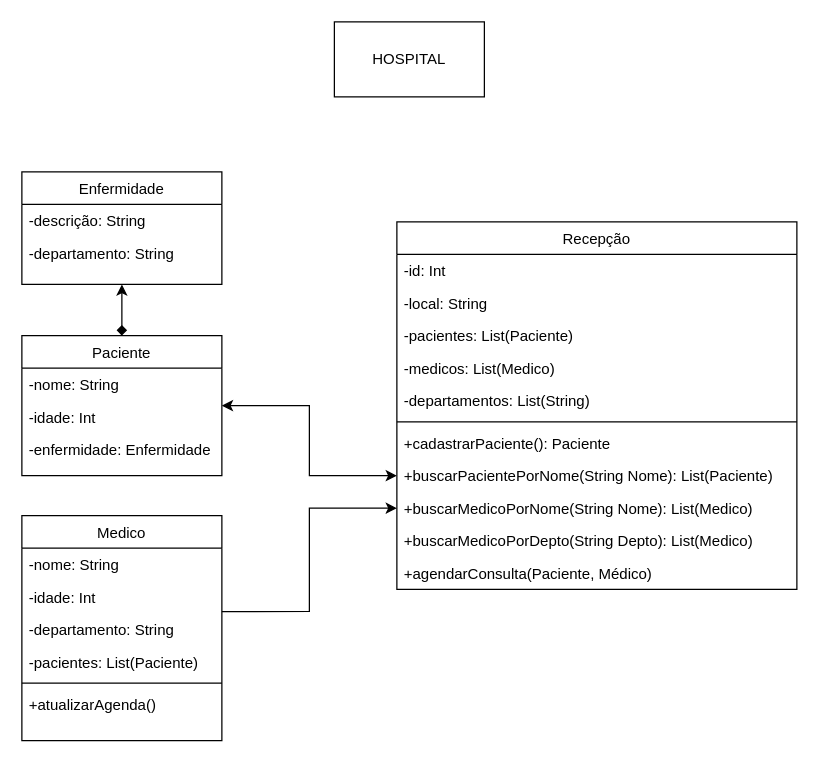
Before: Engenharia de Software/sistema_uml.drawio in aleclr/bertoti, a draw.io diagram. Source tidied: cells renumbered, new cells numbered last; positions are measured from the earlier drawing's top-left corner, leaving out a move shared by most shapes. Both pictures are drawn from the tidied source at 125%, with x=0, y=0 at pixel (21, 21).
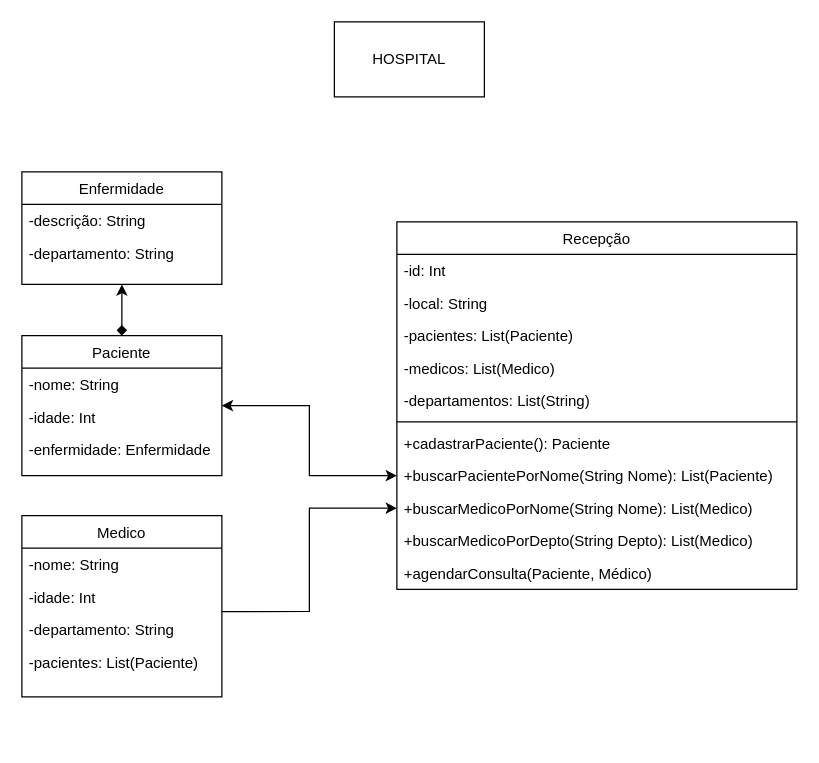
Above is the later version.

Commit message (it also covers changes not shown here):
diagrama de classes uml versão 3

The edit, as a diff of the source:
```diff
@@
     <mxCell id="21" value="Medico" style="swimlane;fontStyle=0;align=center;verticalAlign=top;horizontal=1;startSize=26;rounded=0;shadow=0;strokeWidth=1;" parent="1" vertex="1">
-      <mxGeometry y="395" width="160" height="180" as="geometry" />
+      <mxGeometry y="395" width="160" height="145" as="geometry" />
     </mxCell>
@@
-    <mxCell id="26" style="line;html=1;strokeWidth=1;align=left;verticalAlign=middle;spacingTop=-1;spacingLeft=3;spacingRight=3;labelPosition=right;" parent="21" vertex="1">
-      <mxGeometry y="130" width="160" height="8" as="geometry" />
-    </mxCell>
-    <mxCell id="27" value="+atualizarAgenda()" style="text;align=left;verticalAlign=top;spacingLeft=4;spacingRight=4;overflow=hidden;" parent="21" vertex="1">
-      <mxGeometry y="138" width="160" height="26" as="geometry" />
-    </mxCell>
```
